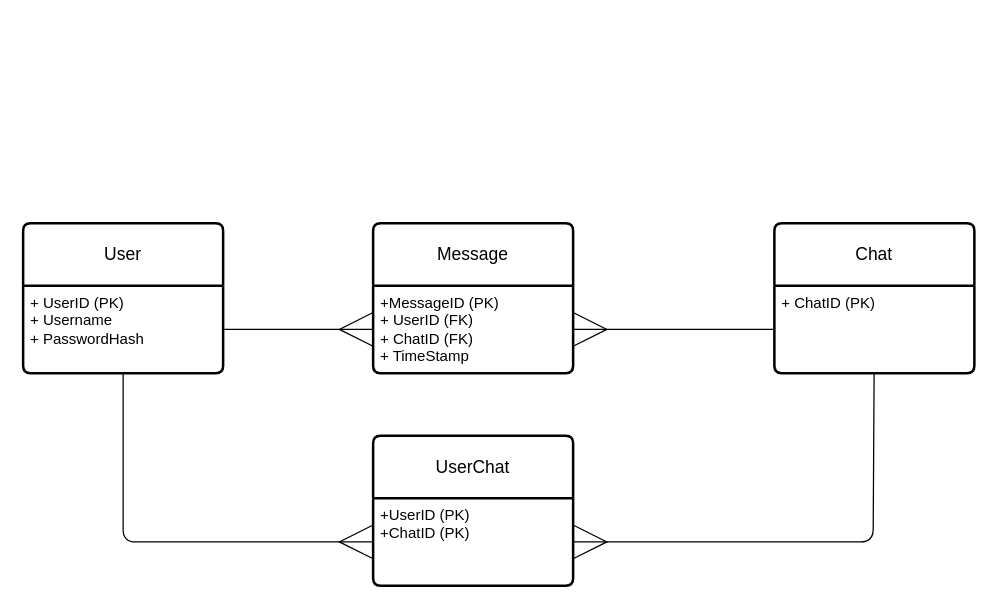
Before: structure.drawio in def1de/http_rust, a draw.io diagram. Source tidied: cells renumbered, new cells numbered last; positions are measured from the earlier drawing's top-left corner, leaving out a move shared by most shapes. Both pictures are drawn from the tidied source at 125%, with x=0, y=0 at pixel (22, 222).
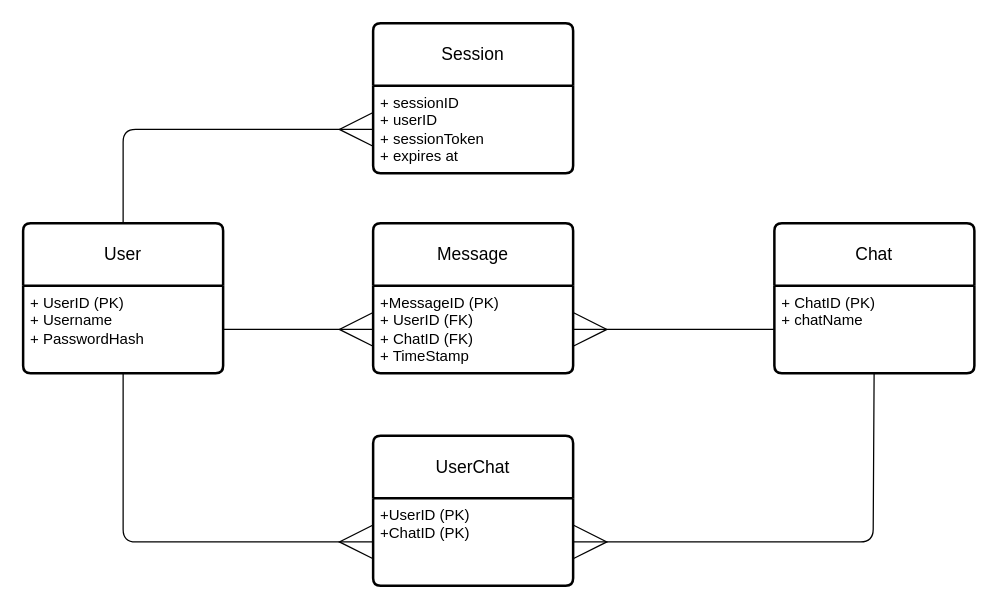
Above is the later version.

The change refers to these unchanged cells:
```xml
<mxCell id="2" value="User" style="swimlane;horizontal=1;startSize=50;rounded=1;fontSize=14;fontStyle=0;strokeWidth=2;shadow=0;dashed=0;align=center;arcSize=4;whiteSpace=wrap;html=1;" parent="1" vertex="1">
  <mxGeometry width="160" height="120" as="geometry" />
</mxCell>
<mxCell id="4" value="Chat" style="swimlane;horizontal=1;startSize=50;rounded=1;fontSize=14;fontStyle=0;strokeWidth=2;shadow=0;dashed=0;align=center;arcSize=4;whiteSpace=wrap;html=1;" parent="1" vertex="1">
  <mxGeometry x="601" width="160" height="120" as="geometry" />
</mxCell>
```

The edit, as a diff of the source:
```diff
@@
+    <mxCell id="14" style="edgeStyle=none;html=1;entryX=0;entryY=0.5;entryDx=0;entryDy=0;endArrow=ERmany;endFill=0;endSize=25;" parent="1" edge="1" source="2" target="16">
+      <mxGeometry relative="1" as="geometry">
+        <Array as="points">
+          <mxPoint x="80" y="-75" />
+        </Array>
+      </mxGeometry>
+    </mxCell>
@@
-    <mxCell id="5" value="+ ChatID (PK)" style="align=left;strokeColor=none;fillColor=none;spacingLeft=4;fontSize=12;verticalAlign=top;html=1;" parent="4" vertex="1">
+    <mxCell id="5" value="+ ChatID (PK)&lt;div&gt;+ chatName&lt;/div&gt;" style="align=left;strokeColor=none;fillColor=none;spacingLeft=4;fontSize=12;verticalAlign=top;html=1;" parent="4" vertex="1">
       <mxGeometry y="50" width="160" height="70" as="geometry" />
     </mxCell>
@@
+    <mxCell id="15" value="Session" style="swimlane;horizontal=1;startSize=50;rounded=1;fontSize=14;fontStyle=0;strokeWidth=2;shadow=0;dashed=0;align=center;arcSize=4;whiteSpace=wrap;html=1;" parent="1" vertex="1">
+      <mxGeometry x="280" y="-160" width="160" height="120" as="geometry" />
+    </mxCell>
+    <mxCell id="16" value="+ sessionID&lt;br&gt;&lt;div&gt;+ userID&lt;/div&gt;&lt;div&gt;+ sessionToken&lt;/div&gt;&lt;div&gt;+ expires at&lt;/div&gt;" style="align=left;strokeColor=none;fillColor=none;spacingLeft=4;fontSize=12;verticalAlign=top;html=1;" parent="15" vertex="1">
+      <mxGeometry y="50" width="160" height="70" as="geometry" />
+    </mxCell>
```
